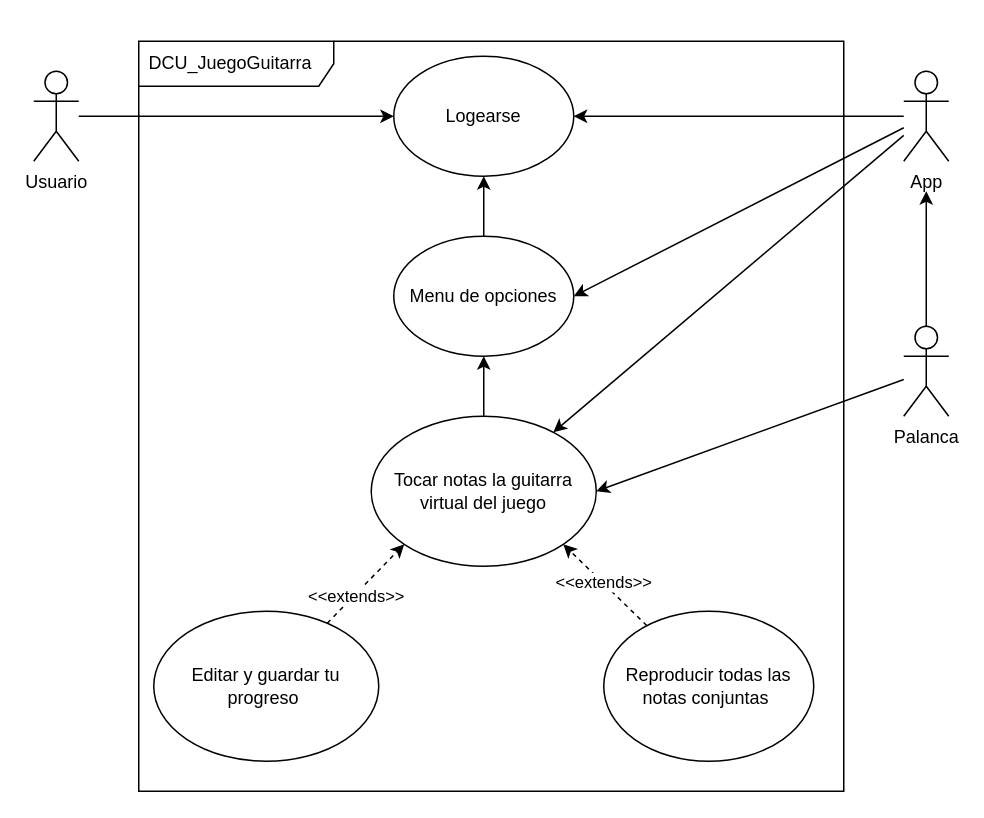
Earlier version of the draw.io diagram desing/UseCase.drawio (venuzBG/ProyectoProgrmacion). Source tidied: cells renumbered, new cells numbered last; positions are measured from the earlier drawing's top-left corner, leaving out a move shared by most shapes. Both pictures are drawn from the tidied source at 150%, with x=0, y=0 at pixel (33, 40).
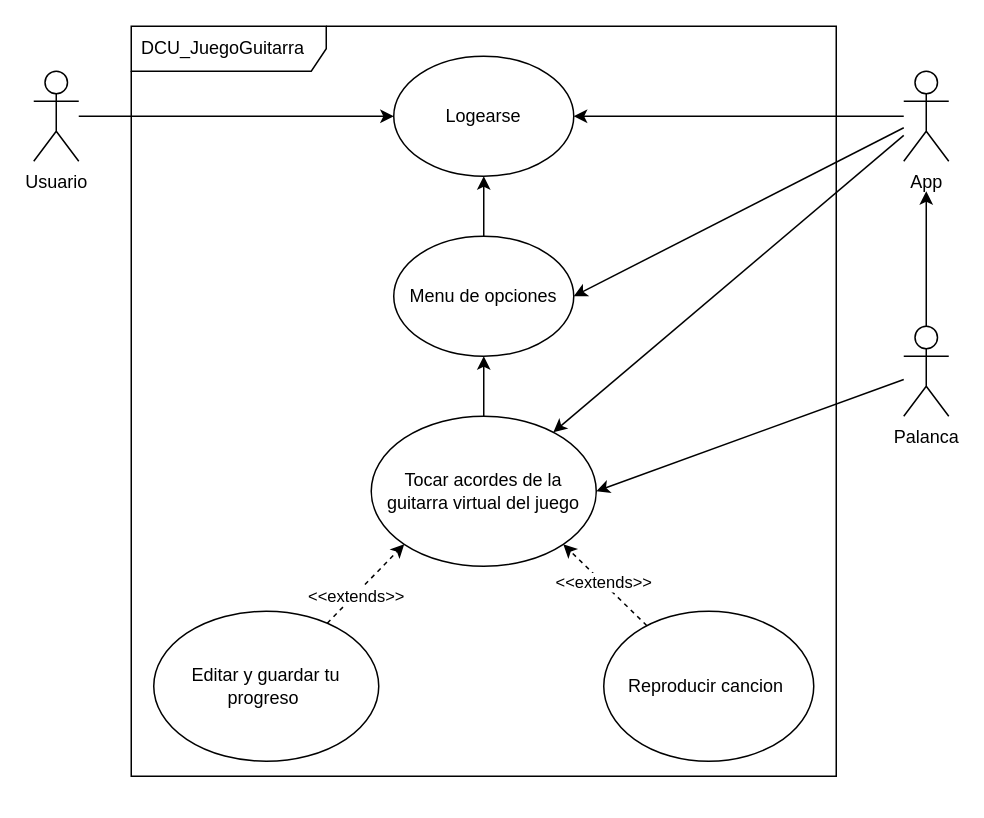
After the change.

Commit message (it also covers changes not shown here):
avance diagramas

Change to the diagram source:
```diff
@@
-    <mxCell id="15" value="Tocar notas la guitarra virtual del juego" style="ellipse;whiteSpace=wrap;html=1;" parent="1" vertex="1">
+    <mxCell id="15" value="Tocar acordes de la guitarra virtual del juego" style="ellipse;whiteSpace=wrap;html=1;" parent="1" vertex="1">
       <mxGeometry x="225" y="250" width="150" height="100" as="geometry" />
     </mxCell>
@@
-    <mxCell id="19" value="Reproducir todas las notas conjuntas&amp;nbsp;" style="ellipse;whiteSpace=wrap;html=1;" parent="1" vertex="1">
+    <mxCell id="19" value="Reproducir cancion&amp;nbsp;" style="ellipse;whiteSpace=wrap;html=1;" parent="1" vertex="1">
       <mxGeometry x="380" y="380" width="140" height="100" as="geometry" />
     </mxCell>
     <mxCell id="20" value="DCU_JuegoGuitarra" style="shape=umlFrame;whiteSpace=wrap;html=1;width=130;height=30;boundedLbl=1;verticalAlign=middle;align=left;spacingLeft=5;" parent="1" vertex="1">
-      <mxGeometry x="70" width="470" height="500" as="geometry" />
+      <mxGeometry x="65" y="-10" width="470" height="500" as="geometry" />
     </mxCell>
```
